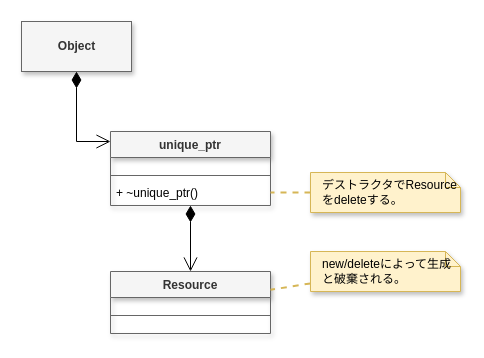
Above: page "ページ1" (1 of 3) of Cpp/smart-pointer-essential/images/fig.drawio in ContentsViewer/web-contents (draw.io), before the change. Source tidied: cells renumbered, new cells numbered last; positions are measured from the earlier drawing's top-left corner, leaving out a move shared by most shapes. Both pictures are drawn from the tidied source at 100%, with x=0, y=0 at pixel (21, 21).
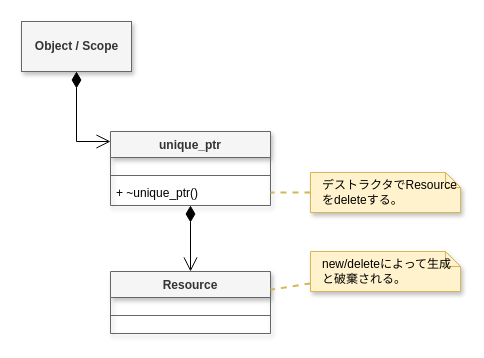
Above is the later version.

The edit, as a diff of the source:
```diff
@@
 <mxGraphModel>
   <root>
     <mxCell id="0" />
     <mxCell id="1" parent="0" />
     <mxCell id="2" value="Resource" style="swimlane;fontStyle=1;align=center;verticalAlign=top;horizontal=1;startSize=26;fillColor=#f5f5f5;fontColor=#333333;strokeColor=#666666;shadow=1;" parent="1" vertex="1">
       <mxGeometry x="89" y="250" width="160" height="62" as="geometry" />
     </mxCell>
     <mxCell id="3" style="text;strokeColor=none;fillColor=none;align=left;verticalAlign=middle;spacingTop=-1;spacingLeft=4;spacingRight=4;labelPosition=right;shadow=1;html=0;" parent="2" vertex="1">
       <mxGeometry y="26" width="160" height="14" as="geometry" />
     </mxCell>
     <mxCell id="4" style="line;strokeWidth=1;fillColor=none;align=left;verticalAlign=middle;spacingTop=-1;spacingLeft=3;spacingRight=3;labelPosition=right;strokeColor=inherit;" parent="2" vertex="1">
       <mxGeometry y="40" width="160" height="8" as="geometry" />
     </mxCell>
     <mxCell id="5" style="text;strokeColor=none;fillColor=none;align=left;verticalAlign=middle;spacingTop=-1;spacingLeft=4;spacingRight=4;labelPosition=right;shadow=1;html=0;" parent="2" vertex="1">
       <mxGeometry y="48" width="160" height="14" as="geometry" />
     </mxCell>
     <mxCell id="6" value="unique_ptr" style="swimlane;fontStyle=1;align=center;verticalAlign=top;horizontal=1;startSize=26;fillColor=#f5f5f5;fontColor=#333333;strokeColor=#666666;shadow=1;separatorColor=none;comic=0;enumerate=0;gradientColor=none;fillStyle=auto;" parent="1" vertex="1">
       <mxGeometry x="89" y="110" width="160" height="74" as="geometry" />
     </mxCell>
     <mxCell id="7" style="text;strokeColor=none;fillColor=none;align=left;verticalAlign=middle;spacingTop=-1;spacingLeft=4;spacingRight=4;labelPosition=right;shadow=1;html=0;" parent="6" vertex="1">
       <mxGeometry y="26" width="160" height="14" as="geometry" />
     </mxCell>
     <mxCell id="8" style="line;strokeWidth=1;fillColor=none;align=left;verticalAlign=middle;spacingTop=-1;spacingLeft=3;spacingRight=3;labelPosition=right;strokeColor=inherit;" parent="6" vertex="1">
       <mxGeometry y="40" width="160" height="8" as="geometry" />
     </mxCell>
     <mxCell id="9" value="+ ~unique_ptr()" style="text;strokeColor=none;fillColor=none;align=left;verticalAlign=top;rounded=0;shadow=1;spacingLeft=4;spacingRight=4;" parent="6" vertex="1">
       <mxGeometry y="48" width="160" height="26" as="geometry" />
     </mxCell>
     <mxCell id="10" style="endArrow=open;html=1;endSize=12;startArrow=diamondThin;startSize=14;startFill=1;edgeStyle=orthogonalEdgeStyle;align=left;verticalAlign=bottom;rounded=0;" parent="1" edge="1" source="6" target="2">
       <mxGeometry x="-1" y="3" relative="1" as="geometry" />
     </mxCell>
     <mxCell id="11" value="new/deleteによって生成と破棄される。" style="shape=note;size=15;align=left;spacingLeft=10;html=1;whiteSpace=wrap;shadow=1;fillColor=#fff2cc;strokeColor=#d6b656;" parent="1" vertex="1">
       <mxGeometry x="289" y="230" width="150" height="40" as="geometry" />
     </mxCell>
     <mxCell id="12" style="edgeStyle=none;endArrow=none;dashed=1;html=1;rounded=0;strokeWidth=2;fillColor=#fff2cc;strokeColor=#d6b656;" parent="1" edge="1" source="11" target="2">
       <mxGeometry x="1" relative="1" as="geometry" />
     </mxCell>
     <mxCell id="13" value="デストラクタでResourceをdeleteする。" style="shape=note;size=15;align=left;spacingLeft=10;html=1;whiteSpace=wrap;shadow=1;fillColor=#fff2cc;strokeColor=#d6b656;" parent="1" vertex="1">
       <mxGeometry x="289" y="151" width="150" height="40" as="geometry" />
     </mxCell>
     <mxCell id="14" style="edgeStyle=none;endArrow=none;dashed=1;html=1;rounded=0;strokeWidth=2;fillColor=#fff2cc;strokeColor=#d6b656;entryX=1;entryY=0.5;entryDx=0;entryDy=0;" parent="1" edge="1" source="13" target="9">
       <mxGeometry x="1" relative="1" as="geometry" />
     </mxCell>
-    <mxCell id="15" value="Object" style="html=1;fillColor=#f5f5f5;strokeColor=#666666;fontStyle=1;shadow=1;fontColor=#333333;" parent="1" vertex="1">
+    <mxCell id="15" value="Object / Scope" style="html=1;fillColor=#f5f5f5;strokeColor=#666666;fontStyle=1;shadow=1;fontColor=#333333;" parent="1" vertex="1">
       <mxGeometry width="110" height="50" as="geometry" />
     </mxCell>
     <mxCell id="16" style="endArrow=open;html=1;endSize=12;startArrow=diamondThin;startSize=14;startFill=1;edgeStyle=orthogonalEdgeStyle;align=left;verticalAlign=bottom;rounded=0;" parent="1" edge="1" source="15" target="6">
       <mxGeometry x="-1" y="3" relative="1" as="geometry">
         <Array as="points">
           <mxPoint x="55" y="120" />
         </Array>
       </mxGeometry>
     </mxCell>
   </root>
 </mxGraphModel>
```
